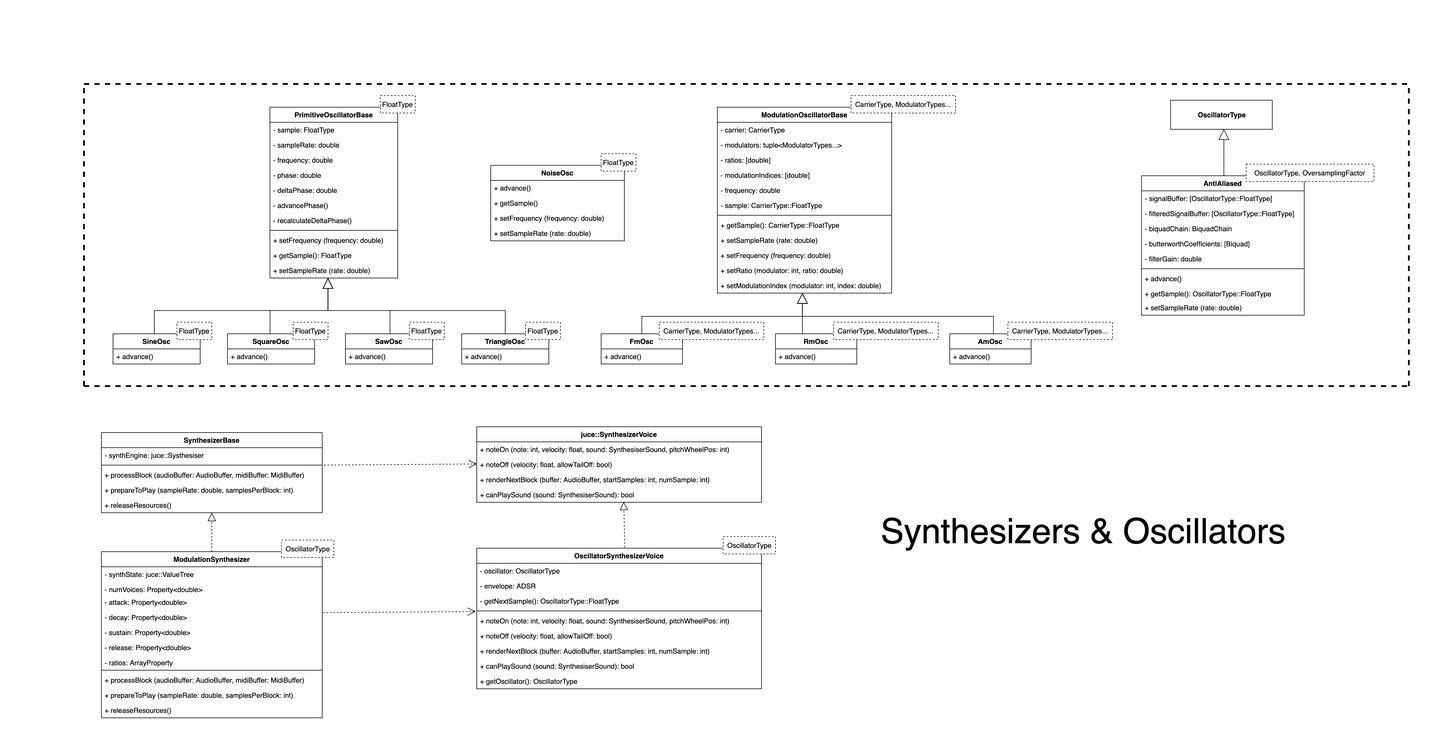
This is CSD2b/console_synth/documentation/synthesizer_uml_diagram.png from w-ensink/CSD2, a draw.io export, as it was before one commit. Source tidied: cells renumbered, new cells last; positions are measured from the earlier drawing's top-left corner, leaving out a move shared by most shapes.
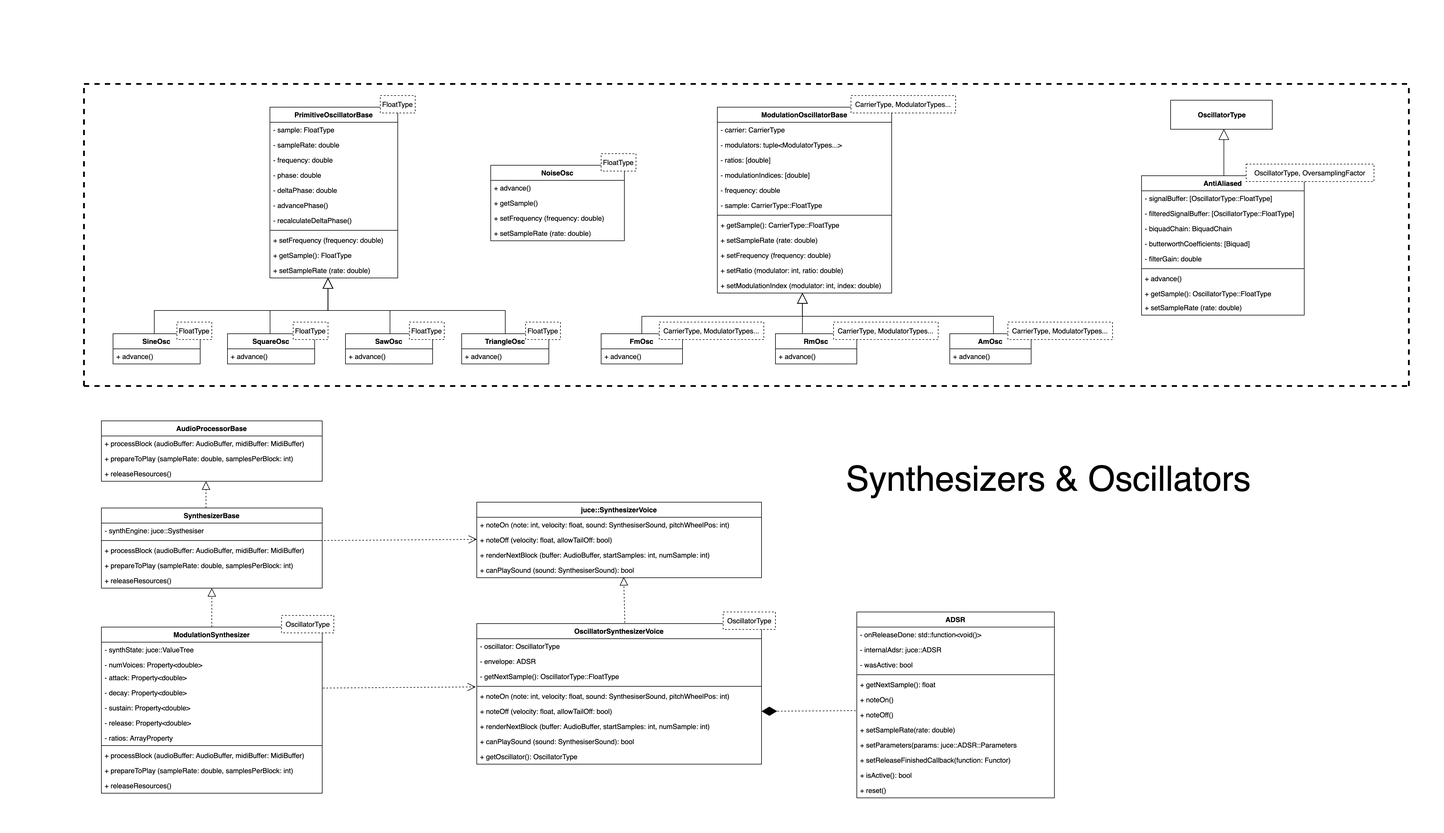
After the change.

Commit message:
added uml for engine

Change to the diagram source:
```diff
@@ -243,7 +243,7 @@
       <mxGeometry relative="1" as="geometry" />
     </mxCell>
     <mxCell id="70" value="SynthesizerBase" style="swimlane;fontStyle=1;align=center;verticalAlign=top;horizontal=1;startSize=26;fontColor=none;" parent="1" vertex="1">
-      <mxGeometry x="30" y="600" width="380" height="138" as="geometry" />
+      <mxGeometry x="30" y="730" width="380" height="138" as="geometry" />
     </mxCell>
     <mxCell id="71" value="- synthEngine: juce::Systhesiser" style="text;strokeColor=none;fillColor=none;align=left;verticalAlign=top;spacingLeft=4;spacingRight=4;overflow=hidden;" parent="70" vertex="1">
       <mxGeometry y="26" width="380" height="26" as="geometry" />
@@ -261,7 +261,7 @@
       <mxGeometry y="112" width="380" height="26" as="geometry" />
     </mxCell>
     <mxCell id="76" value="OscillatorSynthesizerVoice" style="swimlane;fontStyle=1;align=center;verticalAlign=top;horizontal=1;startSize=26;fontColor=none;" parent="1" vertex="1">
-      <mxGeometry x="676" y="799" width="490" height="242" as="geometry" />
+      <mxGeometry x="676" y="929" width="490" height="242" as="geometry" />
     </mxCell>
     <mxCell id="77" value="- oscillator: OscillatorType" style="text;strokeColor=none;fillColor=none;align=left;verticalAlign=top;spacingLeft=4;spacingRight=4;overflow=hidden;" parent="76" vertex="1">
       <mxGeometry y="26" width="490" height="26" as="geometry" />
@@ -291,13 +291,13 @@
       <mxGeometry y="216" width="490" height="26" as="geometry" />
     </mxCell>
     <mxCell id="86" value="OscillatorType" style="shape=partialRectangle;html=1;top=1;align=center;dashed=1;fontColor=none;" parent="1" vertex="1">
-      <mxGeometry x="1100" y="779" width="90" height="30" as="geometry" />
+      <mxGeometry x="1100" y="909" width="90" height="30" as="geometry" />
     </mxCell>
     <mxCell id="87" style="endArrow=block;dashed=1;endFill=0;endSize=12;html=1;labelBackgroundColor=#ffffff;strokeColor=#000000;fontColor=none;exitX=0.52;exitY=-0.005;exitDx=0;exitDy=0;exitPerimeter=0;entryX=0.516;entryY=0.955;entryDx=0;entryDy=0;entryPerimeter=0;" parent="1" edge="1" source="76" target="92">
       <mxGeometry relative="1" as="geometry" />
     </mxCell>
     <mxCell id="88" value="juce::SynthesizerVoice" style="swimlane;fontStyle=1;align=center;verticalAlign=top;horizontal=1;startSize=26;fontColor=none;" parent="1" vertex="1">
-      <mxGeometry x="676" y="590" width="490" height="130" as="geometry" />
+      <mxGeometry x="676" y="720" width="490" height="130" as="geometry" />
     </mxCell>
     <mxCell id="89" value="+ noteOn (note: int, velocity: float, sound: SynthesiserSound, pitchWheelPos: int)" style="text;strokeColor=none;fillColor=none;align=left;verticalAlign=top;spacingLeft=4;spacingRight=4;overflow=hidden;" parent="88" vertex="1">
       <mxGeometry y="26" width="490" height="26" as="geometry" />
@@ -312,7 +312,7 @@
       <mxGeometry y="104" width="490" height="26" as="geometry" />
     </mxCell>
     <mxCell id="93" value="ModulationSynthesizer" style="swimlane;fontStyle=1;align=center;verticalAlign=top;horizontal=1;startSize=26;fontColor=none;" parent="1" vertex="1">
-      <mxGeometry x="30" y="805" width="380" height="286" as="geometry" />
+      <mxGeometry x="30" y="935" width="380" height="286" as="geometry" />
     </mxCell>
     <mxCell id="94" value="- synthState: juce::ValueTree" style="text;strokeColor=none;fillColor=none;align=left;verticalAlign=top;spacingLeft=4;spacingRight=4;overflow=hidden;" parent="93" vertex="1">
       <mxGeometry y="26" width="380" height="26" as="geometry" />
@@ -348,7 +348,7 @@
       <mxGeometry y="260" width="380" height="26" as="geometry" />
     </mxCell>
     <mxCell id="105" value="OscillatorType" style="shape=partialRectangle;html=1;top=1;align=center;dashed=1;fontColor=none;" parent="1" vertex="1">
-      <mxGeometry x="340" y="785" width="90" height="30" as="geometry" />
+      <mxGeometry x="340" y="915" width="90" height="30" as="geometry" />
     </mxCell>
     <mxCell id="106" style="endArrow=block;dashed=1;endFill=0;endSize=12;html=1;labelBackgroundColor=#ffffff;strokeColor=#000000;fontColor=none;exitX=0.5;exitY=0;exitDx=0;exitDy=0;" parent="1" edge="1" source="93" target="75">
       <mxGeometry relative="1" as="geometry" />
@@ -400,12 +400,72 @@
     </mxCell>
     <mxCell id="118" style="endArrow=open;endFill=1;endSize=12;html=1;dashed=1;strokeWidth=1;exitX=1.003;exitY=0.192;exitDx=0;exitDy=0;exitPerimeter=0;entryX=-0.004;entryY=-0.115;entryDx=0;entryDy=0;entryPerimeter=0;" parent="1" edge="1">
       <mxGeometry relative="1" as="geometry">
-        <mxPoint x="413.1" y="656" as="sourcePoint" />
-        <mxPoint x="676" y="654" as="targetPoint" />
+        <mxPoint x="413.1" y="786" as="sourcePoint" />
+        <mxPoint x="676" y="784" as="targetPoint" />
       </mxGeometry>
     </mxCell>
     <mxCell id="119" value="Synthesizers &amp;amp; Oscillators" style="text;html=1;strokeColor=none;fillColor=none;align=center;verticalAlign=middle;whiteSpace=wrap;rounded=0;fontSize=60;" parent="1" vertex="1">
-      <mxGeometry x="1200" y="680" width="1040" height="181" as="geometry" />
+      <mxGeometry x="1200" y="590" width="920" height="181" as="geometry" />
     </mxCell>
+    <mxCell id="120" value="ADSR" style="swimlane;fontStyle=1;align=center;verticalAlign=top;horizontal=1;startSize=26;fontSize=12;" parent="1" vertex="1">
+      <mxGeometry x="1330" y="909" width="340" height="320" as="geometry" />
+    </mxCell>
+    <mxCell id="121" value="- onReleaseDone: std::function&lt;void()&gt;" style="text;strokeColor=none;fillColor=none;align=left;verticalAlign=top;spacingLeft=4;spacingRight=4;overflow=hidden;" parent="120" vertex="1">
+      <mxGeometry y="26" width="340" height="26" as="geometry" />
+    </mxCell>
+    <mxCell id="122" value="- internalAdsr: juce::ADSR" style="text;strokeColor=none;fillColor=none;align=left;verticalAlign=top;spacingLeft=4;spacingRight=4;overflow=hidden;" parent="120" vertex="1">
+      <mxGeometry y="52" width="340" height="26" as="geometry" />
+    </mxCell>
+    <mxCell id="123" value="- wasActive: bool" style="text;strokeColor=none;fillColor=none;align=left;verticalAlign=top;spacingLeft=4;spacingRight=4;overflow=hidden;" parent="120" vertex="1">
+      <mxGeometry y="78" width="340" height="26" as="geometry" />
+    </mxCell>
+    <mxCell id="124" style="line;strokeWidth=1;fillColor=none;align=left;verticalAlign=middle;spacingTop=-1;spacingLeft=3;spacingRight=3;labelPosition=right;" parent="120" vertex="1">
+      <mxGeometry y="104" width="340" height="8" as="geometry" />
+    </mxCell>
+    <mxCell id="125" value="+ getNextSample(): float" style="text;strokeColor=none;fillColor=none;align=left;verticalAlign=top;spacingLeft=4;spacingRight=4;overflow=hidden;" parent="120" vertex="1">
+      <mxGeometry y="112" width="340" height="26" as="geometry" />
+    </mxCell>
+    <mxCell id="126" value="+ noteOn()" style="text;strokeColor=none;fillColor=none;align=left;verticalAlign=top;spacingLeft=4;spacingRight=4;overflow=hidden;" parent="120" vertex="1">
+      <mxGeometry y="138" width="340" height="26" as="geometry" />
+    </mxCell>
+    <mxCell id="127" value="+ noteOff()" style="text;strokeColor=none;fillColor=none;align=left;verticalAlign=top;spacingLeft=4;spacingRight=4;overflow=hidden;points=[[0,0.5],[1,0.5]];portConstraint=eastwest;" parent="120" vertex="1">
+      <mxGeometry y="164" width="340" height="26" as="geometry" />
+    </mxCell>
+    <mxCell id="128" value="+ setSampleRate(rate: double)" style="text;strokeColor=none;fillColor=none;align=left;verticalAlign=top;spacingLeft=4;spacingRight=4;overflow=hidden;" parent="120" vertex="1">
+      <mxGeometry y="190" width="340" height="26" as="geometry" />
+    </mxCell>
+    <mxCell id="129" value="+ setParameters(params: juce::ADSR::Parameters" style="text;strokeColor=none;fillColor=none;align=left;verticalAlign=top;spacingLeft=4;spacingRight=4;overflow=hidden;" parent="120" vertex="1">
+      <mxGeometry y="216" width="340" height="26" as="geometry" />
+    </mxCell>
+    <mxCell id="130" value="+ setReleaseFinishedCallback(function: Functor)" style="text;strokeColor=none;fillColor=none;align=left;verticalAlign=top;spacingLeft=4;spacingRight=4;overflow=hidden;" parent="120" vertex="1">
+      <mxGeometry y="242" width="340" height="26" as="geometry" />
+    </mxCell>
+    <mxCell id="131" value="+ isActive(): bool" style="text;strokeColor=none;fillColor=none;align=left;verticalAlign=top;spacingLeft=4;spacingRight=4;overflow=hidden;" parent="120" vertex="1">
+      <mxGeometry y="268" width="340" height="26" as="geometry" />
+    </mxCell>
+    <mxCell id="132" value="+ reset()" style="text;strokeColor=none;fillColor=none;align=left;verticalAlign=top;spacingLeft=4;spacingRight=4;overflow=hidden;" parent="120" vertex="1">
+      <mxGeometry y="294" width="340" height="26" as="geometry" />
+    </mxCell>
+    <mxCell id="133" style="endArrow=diamondThin;endFill=1;endSize=24;html=1;dashed=1;strokeWidth=1;fontSize=12;exitX=-0.005;exitY=0.224;exitDx=0;exitDy=0;exitPerimeter=0;entryX=1;entryY=0.5;entryDx=0;entryDy=0;" parent="1" edge="1" source="127" target="82">
+      <mxGeometry relative="1" as="geometry" />
+    </mxCell>
+    <mxCell id="134" value="AudioProcessorBase" style="swimlane;fontStyle=1;align=center;verticalAlign=top;horizontal=1;startSize=26;fontColor=none;" parent="1" vertex="1">
+      <mxGeometry x="30" y="580" width="380" height="104" as="geometry" />
+    </mxCell>
+    <mxCell id="135" value="+ processBlock (audioBuffer: AudioBuffer, midiBuffer: MidiBuffer)" style="text;strokeColor=none;fillColor=none;align=left;verticalAlign=top;spacingLeft=4;spacingRight=4;overflow=hidden;" parent="134" vertex="1">
+      <mxGeometry y="26" width="380" height="26" as="geometry" />
+    </mxCell>
+    <mxCell id="136" value="+ prepareToPlay (sampleRate: double, samplesPerBlock: int)" style="text;strokeColor=none;fillColor=none;align=left;verticalAlign=top;spacingLeft=4;spacingRight=4;overflow=hidden;" parent="134" vertex="1">
+      <mxGeometry y="52" width="380" height="26" as="geometry" />
+    </mxCell>
+    <mxCell id="137" value="+ releaseResources()" style="text;strokeColor=none;fillColor=none;align=left;verticalAlign=top;spacingLeft=4;spacingRight=4;overflow=hidden;" parent="134" vertex="1">
+      <mxGeometry y="78" width="380" height="26" as="geometry" />
+    </mxCell>
+    <mxCell id="138" style="endArrow=block;dashed=1;endFill=0;endSize=12;html=1;labelBackgroundColor=#ffffff;strokeColor=#000000;fontColor=none;" parent="1" edge="1">
+      <mxGeometry relative="1" as="geometry">
+        <mxPoint x="210" y="730" as="sourcePoint" />
+        <mxPoint x="210" y="684" as="targetPoint" />
+      </mxGeometry>
+    </mxCell>
   </root>
 </mxGraphModel>
```
